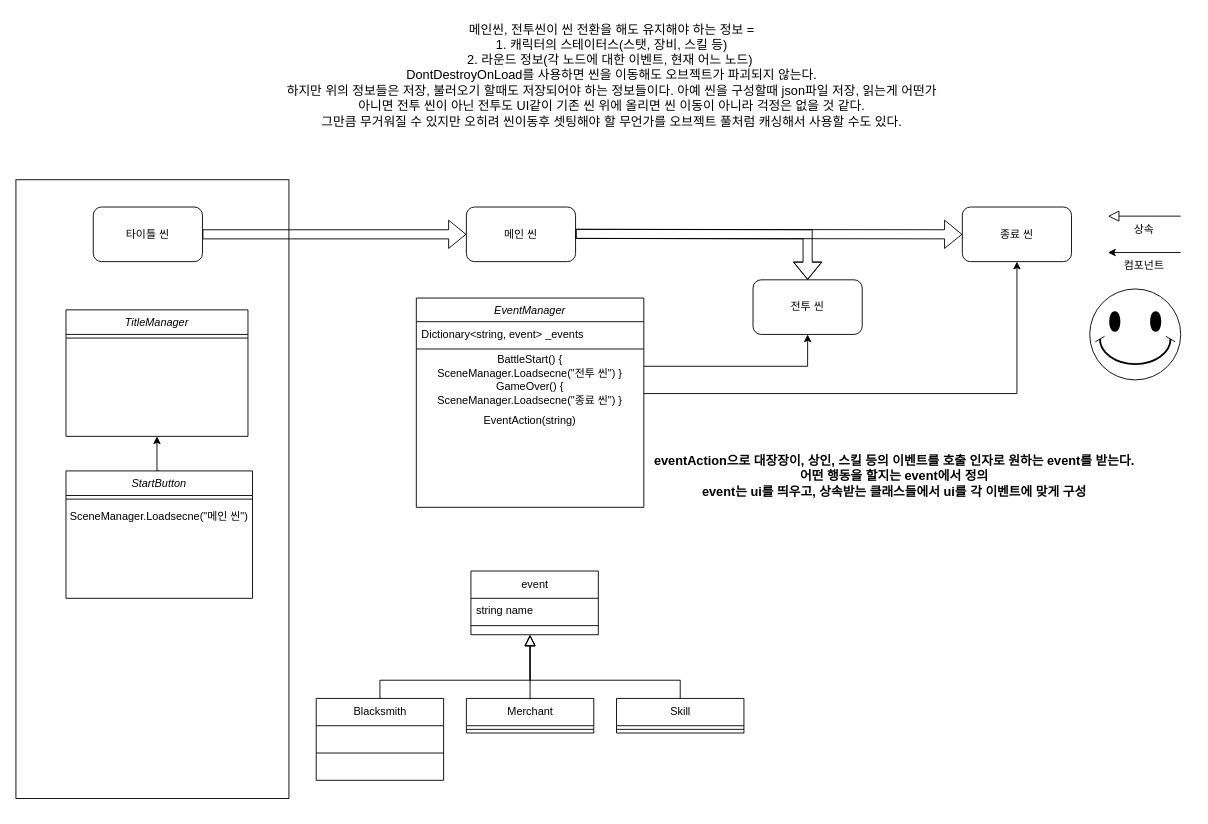
The draw.io diagram Scene_Diagram.drawio in yugd1211/42_Rogue_Scene_Diagram, before the edit. Source tidied: cells renumbered, new cells numbered last; positions are measured from the earlier drawing's top-left corner, leaving out a move shared by most shapes. Both pictures are drawn from the tidied source at 91%, with x=0, y=0 at pixel (15, 15).
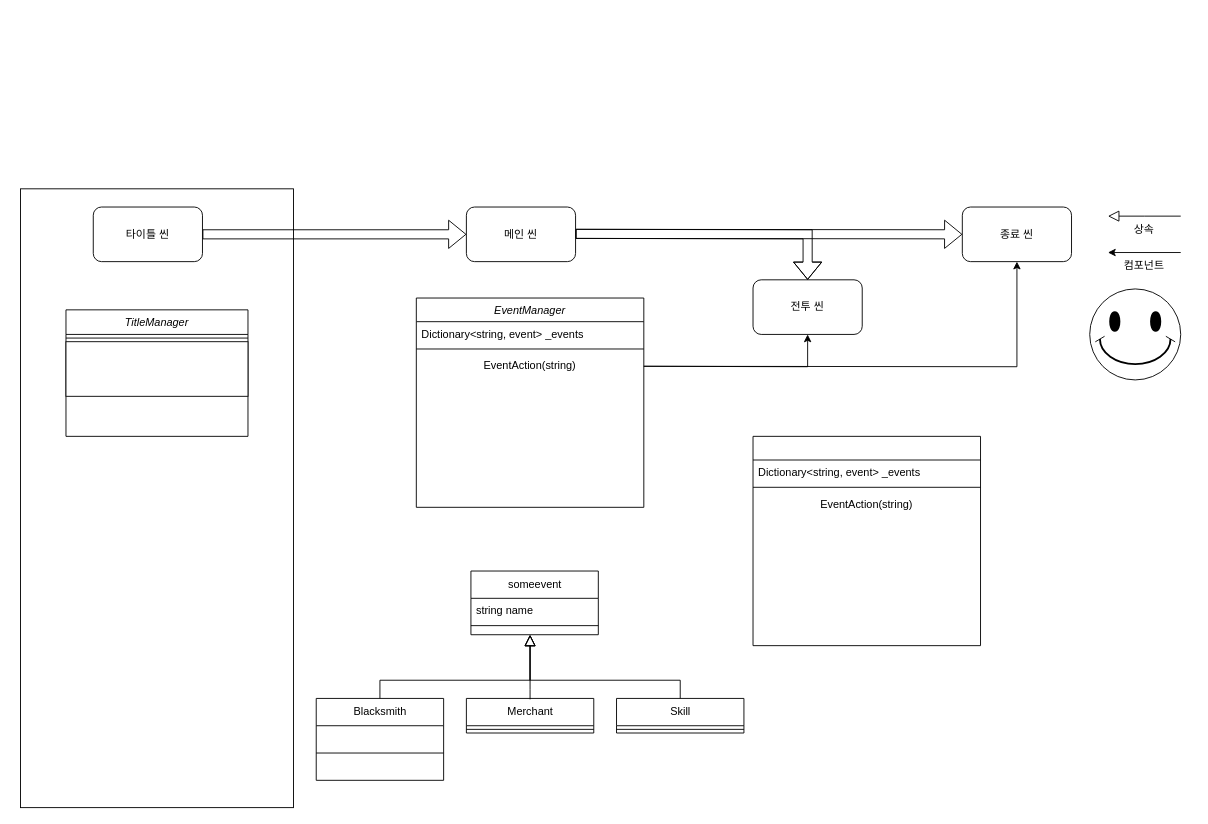
The same diagram, later.

Unchanged cells that the change refers to:
```xml
<mxCell id="3" value="EventManager" style="swimlane;fontStyle=2;align=center;verticalAlign=top;horizontal=1;startSize=26;rounded=0;shadow=0;strokeWidth=1;" parent="1" vertex="1">
  <mxGeometry x="440" y="310" width="250" height="230" as="geometry" />
</mxCell>
<mxCell id="14" value="종료 씬" style="text;html=1;strokeColor=none;fillColor=none;align=center;verticalAlign=middle;whiteSpace=wrap;rounded=0;" parent="1" vertex="1">
  <mxGeometry x="1040" y="210" width="120" height="60" as="geometry" />
</mxCell>
<mxCell id="16" value="전투 씬" style="text;html=1;strokeColor=none;fillColor=none;align=center;verticalAlign=middle;whiteSpace=wrap;rounded=0;" parent="1" vertex="1">
  <mxGeometry x="810" y="290" width="120" height="60" as="geometry" />
</mxCell>
<mxCell id="17" value="TitleManager" style="swimlane;fontStyle=2;align=center;verticalAlign=top;horizontal=1;startSize=27;rounded=0;shadow=0;strokeWidth=1;" parent="1" vertex="1">
  <mxGeometry x="55" y="323" width="200" height="139" as="geometry" />
</mxCell>
```

Diff of the diagram source:
```diff
@@
     <mxCell id="2" style="rounded=0;whiteSpace=wrap;html=1;fontFamily=Helvetica;fontSize=12;fontColor=default;fillColor=none;gradientColor=none;" parent="1" vertex="1">
-      <mxGeometry y="180" width="300" height="680" as="geometry" />
+      <mxGeometry x="5" y="190" width="300" height="680" as="geometry" />
     </mxCell>
@@
-    <mxCell id="6" value="BattleStart() {&lt;br&gt;SceneManager.Loadsecne(&quot;전투 씬&quot;) }" style="text;html=1;strokeColor=none;fillColor=none;align=center;verticalAlign=middle;whiteSpace=wrap;rounded=0;" parent="3" vertex="1">
-      <mxGeometry y="60" width="250" height="30" as="geometry" />
-    </mxCell>
-    <mxCell id="7" value="GameOver() {&lt;br&gt;SceneManager.Loadsecne(&quot;종료 씬&quot;) }" style="text;html=1;strokeColor=none;fillColor=none;align=center;verticalAlign=middle;whiteSpace=wrap;rounded=0;" parent="3" vertex="1">
-      <mxGeometry y="90" width="250" height="30" as="geometry" />
-    </mxCell>
     <mxCell id="8" value="EventAction(string)" style="text;html=1;strokeColor=none;fillColor=none;align=center;verticalAlign=middle;whiteSpace=wrap;rounded=0;" parent="3" vertex="1">
-      <mxGeometry y="120" width="250" height="30" as="geometry" />
+      <mxGeometry y="60" width="250" height="30" as="geometry" />
     </mxCell>
@@
-    <mxCell id="19" style="edgeStyle=orthogonalEdgeStyle;rounded=0;jettySize=auto;html=1;exitX=0.5;exitY=0;exitDx=0;exitDy=0;entryX=0.5;entryY=1;entryDx=0;entryDy=0;fontFamily=Helvetica;fontSize=12;fontColor=default;" parent="1" edge="1" source="20" target="17">
-      <mxGeometry relative="1" as="geometry" />
-    </mxCell>
-    <mxCell id="20" value="StartButton" style="swimlane;fontStyle=2;align=center;verticalAlign=top;horizontal=1;startSize=27;rounded=0;shadow=0;strokeWidth=1;" parent="1" vertex="1">
-      <mxGeometry x="55" y="500" width="205" height="140" as="geometry" />
-    </mxCell>
-    <mxCell id="21" style="line;html=1;strokeWidth=1;align=left;verticalAlign=middle;spacingTop=-1;spacingLeft=3;spacingRight=3;labelPosition=right;" parent="20" vertex="1">
-      <mxGeometry y="27" width="205" height="8" as="geometry" />
-    </mxCell>
-    <mxCell id="22" value="SceneManager.Loadsecne(&quot;메인 씬&quot;)" style="text;html=1;strokeColor=none;fillColor=none;align=center;verticalAlign=middle;whiteSpace=wrap;rounded=0;" parent="20" vertex="1">
-      <mxGeometry y="35" width="205" height="30" as="geometry" />
-    </mxCell>
+    <mxCell id="48" style="whiteSpace=wrap;html=1;" parent="17" vertex="1">
+      <mxGeometry y="35" width="200" height="60" as="geometry" />
+    </mxCell>
@@
-    <mxCell id="30" value="event" style="swimlane;fontStyle=0;horizontal=1;startSize=30;fillColor=none;html=1;rounded=0;fontFamily=Helvetica;fontSize=12;fontColor=default;" parent="1" vertex="1">
+    <mxCell id="30" value="someevent" style="swimlane;fontStyle=0;horizontal=1;startSize=30;fillColor=none;html=1;rounded=0;fontFamily=Helvetica;fontSize=12;fontColor=default;" parent="1" vertex="1">
       <mxGeometry x="500" y="610" width="140" height="70" as="geometry" />
     </mxCell>
@@
-    <mxCell id="34" value="&lt;font style=&quot;font-size: 14px;&quot;&gt;eventAction으로 대장장이, 상인, 스킬 등의 이벤트를 호출 인자로 원하는 event를 받는다.&lt;br&gt;어떤 행동을 할지는 event에서 정의&lt;br&gt;event는 ui를 띄우고, 상속받는 클래스들에서 ui를 각 이벤트에 맞게 구성&lt;/font&gt;" style="text;strokeColor=none;fillColor=none;html=1;fontSize=12;fontStyle=1;verticalAlign=middle;align=center;fontFamily=Helvetica;fontColor=default;" parent="1" vertex="1">
-      <mxGeometry x="710" y="456" width="510" height="100" as="geometry" />
-    </mxCell>
-    <mxCell id="35" value="&lt;font style=&quot;font-size: 14px;&quot;&gt;메인씬, 전투씬이 씬 전환을 해도 유지해야 하는 정보 = &lt;br&gt;1. 캐릭터의 스테이터스(스탯, 장비, 스킬 등)&lt;br&gt;2. 라운드 정보(각 노드에 대한 이벤트, 현재 어느 노드)&amp;nbsp;&lt;br&gt;DontDestroyOnLoad를 사용하면 씬을 이동해도 오브젝트가 파괴되지 않는다.&lt;br&gt;하지만 위의 정보들은 저장, 불러오기 할때도 저장되어야 하는 정보들이다. 아예 씬을 구성할때 json파일 저장, 읽는게 어떤가&lt;br&gt;아니면 전투 씬이 아닌 전투도 UI같이 기존 씬 위에 올리면 씬 이동이 아니라 걱정은 없을 것 같다.&lt;br&gt;그만큼 무거워질 수 있지만 오히려 씬이동후 셋팅해야 할 무언가를 오브젝트 풀처럼 캐싱해서 사용할 수도 있다.&lt;br&gt;&lt;/font&gt;" style="text;html=1;strokeColor=none;fillColor=none;align=center;verticalAlign=middle;whiteSpace=wrap;rounded=0;" parent="1" vertex="1">
-      <mxGeometry x="290" width="730" height="130" as="geometry" />
-    </mxCell>
@@
-    <mxCell id="46" style="edgeStyle=orthogonalEdgeStyle;rounded=0;jettySize=auto;html=1;" parent="1" edge="1" source="6" target="16">
-      <mxGeometry relative="1" as="geometry" />
+    <mxCell id="46" style="edgeStyle=orthogonalEdgeStyle;rounded=0;jettySize=auto;html=1;" parent="1" edge="1" target="16">
+      <mxGeometry relative="1" as="geometry">
+        <mxPoint x="690" y="385" as="sourcePoint" />
+      </mxGeometry>
     </mxCell>
-    <mxCell id="47" style="edgeStyle=orthogonalEdgeStyle;rounded=0;jettySize=auto;html=1;" parent="1" edge="1" source="7" target="14">
-      <mxGeometry relative="1" as="geometry" />
+    <mxCell id="47" style="edgeStyle=orthogonalEdgeStyle;rounded=0;jettySize=auto;html=1;" parent="1" edge="1" target="14">
+      <mxGeometry relative="1" as="geometry">
+        <mxPoint x="690" y="385" as="sourcePoint" />
+      </mxGeometry>
     </mxCell>
+    <mxCell id="49" style="swimlane;fontStyle=2;align=center;verticalAlign=top;horizontal=1;startSize=26;rounded=0;shadow=0;strokeWidth=1;" parent="1" vertex="1">
+      <mxGeometry x="810" y="462" width="250" height="230" as="geometry" />
+    </mxCell>
+    <mxCell id="50" value="Dictionary&lt;string, event&gt; _events" style="text;align=left;verticalAlign=top;spacingLeft=4;spacingRight=4;overflow=hidden;" parent="49" vertex="1">
+      <mxGeometry y="26" width="250" height="26" as="geometry" />
+    </mxCell>
+    <mxCell id="51" style="line;html=1;strokeWidth=1;align=left;verticalAlign=middle;spacingTop=-1;spacingLeft=3;spacingRight=3;labelPosition=right;" parent="49" vertex="1">
+      <mxGeometry y="52" width="250" height="8" as="geometry" />
+    </mxCell>
+    <mxCell id="52" value="EventAction(string)" style="text;html=1;strokeColor=none;fillColor=none;align=center;verticalAlign=middle;whiteSpace=wrap;rounded=0;" parent="49" vertex="1">
+      <mxGeometry y="60" width="250" height="30" as="geometry" />
+    </mxCell>
```
